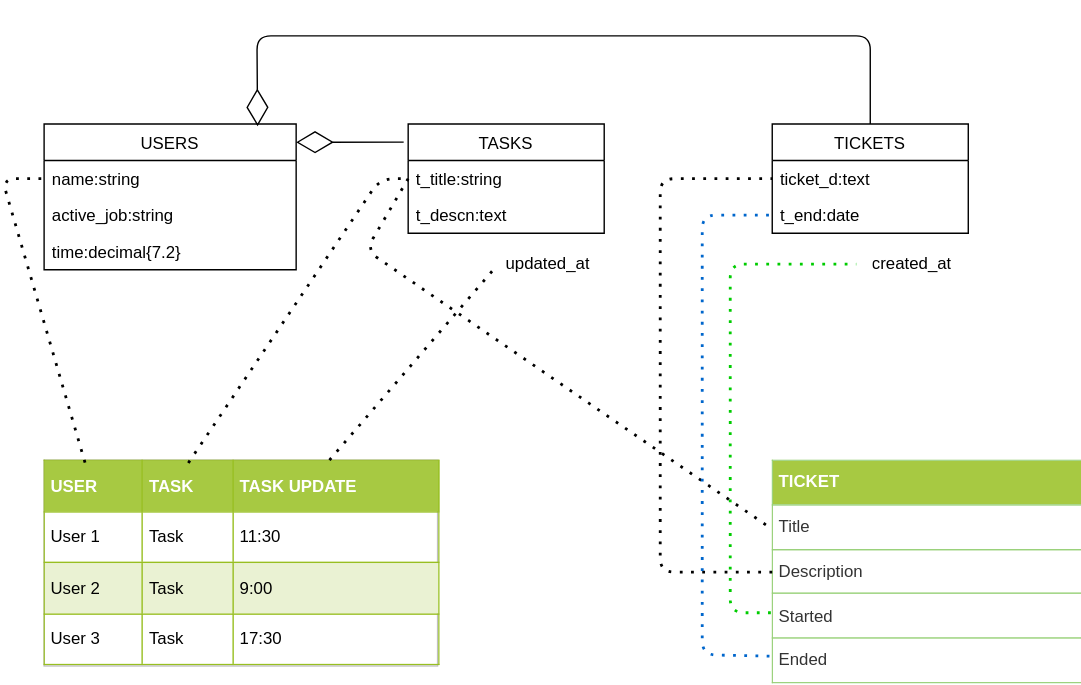
The draw.io diagram Myapp.svg in Roru-cmd/Myapp, before a commit. Source tidied: cells renumbered, new cells last; positions are measured from the earlier drawing's top-left corner, leaving out a move shared by most shapes.
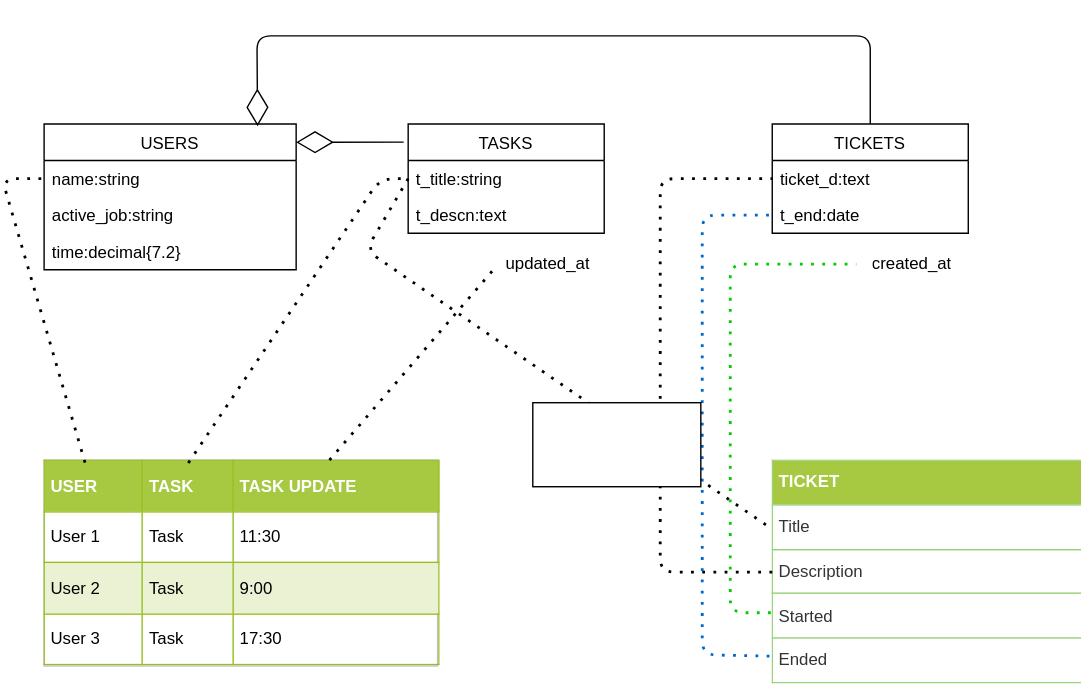
After the change.

What changed in the source:
```diff
@@ -118,5 +118,8 @@
         <mxGeometry x="610" y="153" width="80" height="20" as="geometry" />
       </mxCell>
     </object>
+    <mxCell id="26" style="rounded=0;whiteSpace=wrap;html=1;" parent="1" vertex="1">
+      <mxGeometry x="379" y="262" width="120" height="60" as="geometry" />
+    </mxCell>
   </root>
 </mxGraphModel>
```
